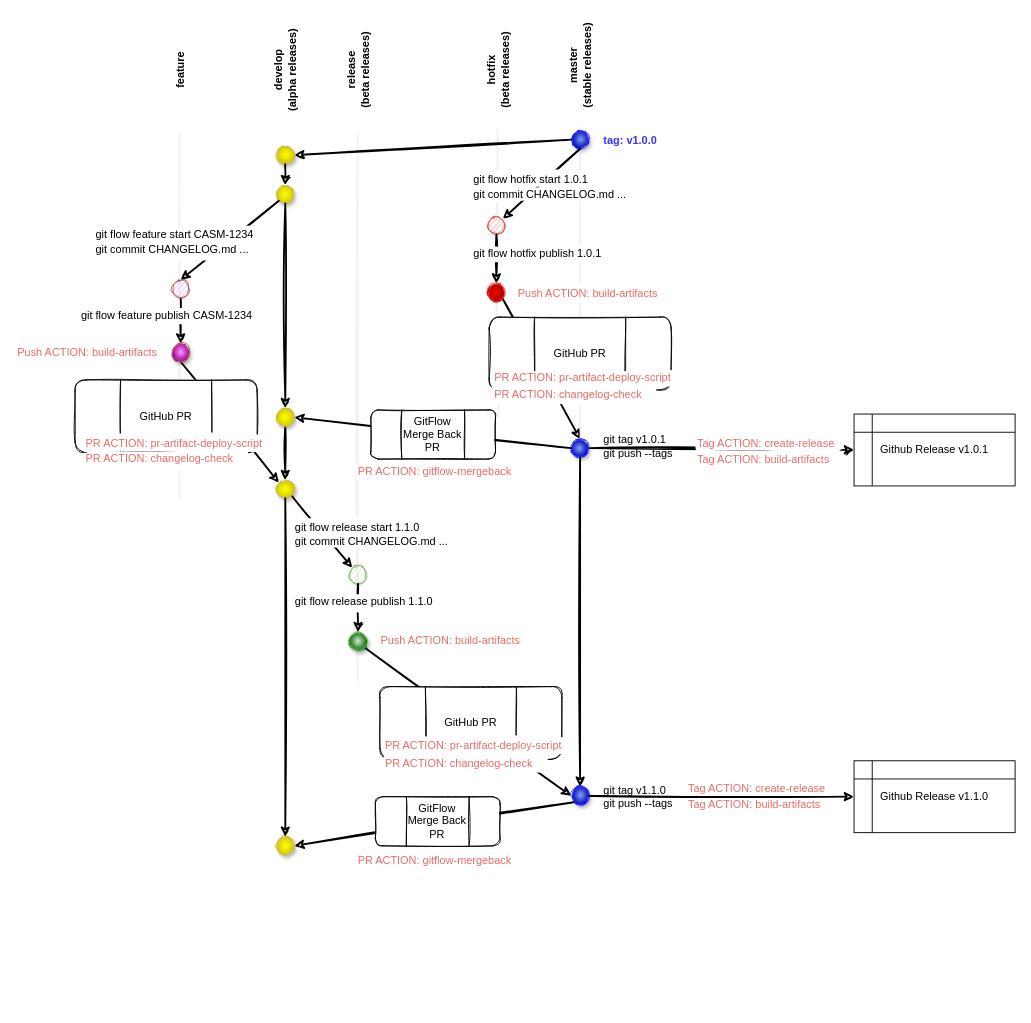
This is diagrams/CSM Gitflow.drawio from rkleinman-hpe/gitflow, a draw.io file, before an edit. Source tidied: cells renumbered, new cells numbered last; positions are measured from the earlier drawing's top-left corner, leaving out a move shared by most shapes. Both pictures are drawn from the tidied source at 91%, with x=0, y=0 at pixel (15, 52).
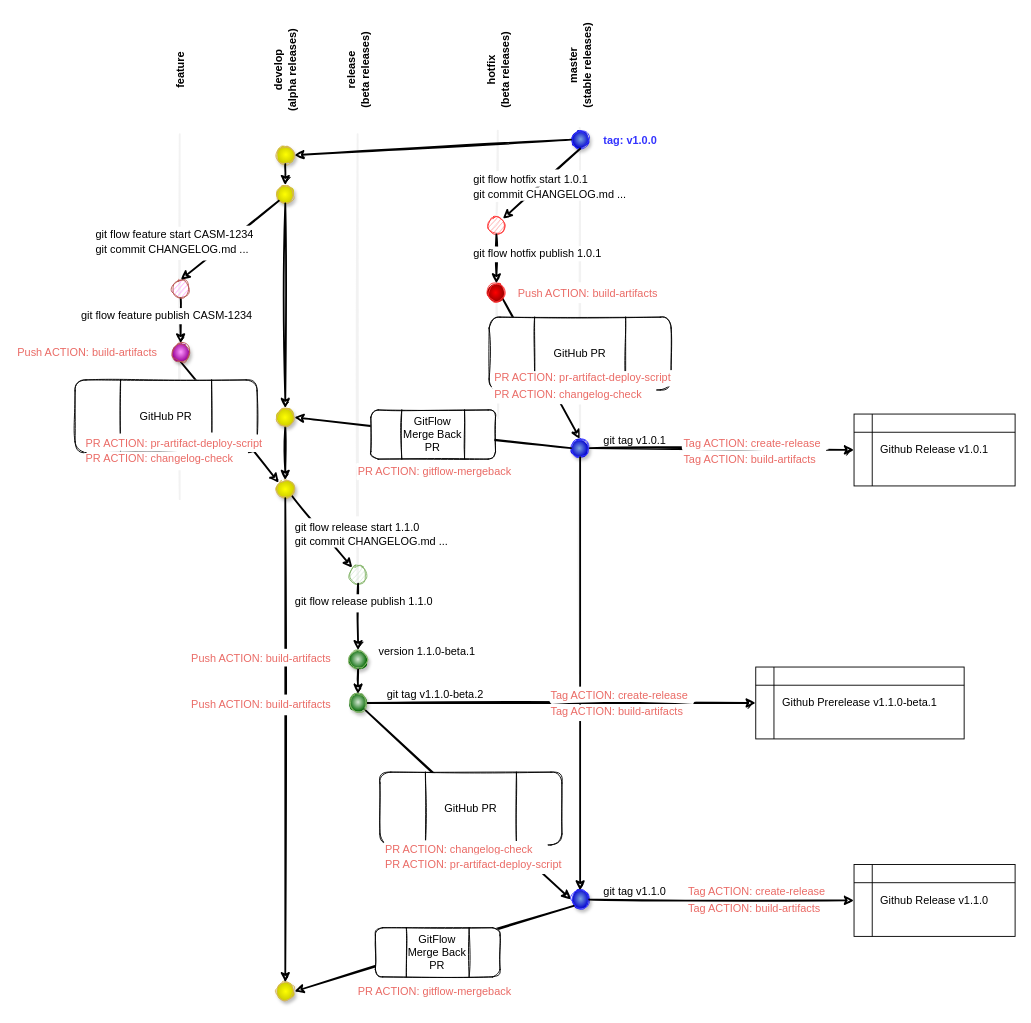
After the change.

What changed in the source:
```diff
@@
+    <mxCell id="82" style="rounded=1;jettySize=auto;html=1;exitX=1;exitY=0.5;exitDx=0;exitDy=0;entryX=0;entryY=0.5;entryDx=0;entryDy=0;endArrow=classic;endFill=1;startArrow=none;startFill=0;strokeWidth=2;sketch=1;" parent="1" edge="1" source="84" target="88">
+      <mxGeometry relative="1" as="geometry" />
+    </mxCell>
@@
-    <mxCell id="9" style="endArrow=none;html=1;fontColor=#EA6B66;strokeWidth=2;fillColor=#eeeeee;strokeColor=#E6E6E6;shadow=0;opacity=50;sketch=1;rounded=1;" parent="1" edge="1">
+    <mxCell id="9" style="endArrow=none;html=1;fontColor=#EA6B66;strokeWidth=2;fillColor=#eeeeee;strokeColor=#E6E6E6;shadow=0;opacity=50;sketch=1;rounded=1;startArrow=none;" parent="1" edge="1" source="34">
       <mxGeometry relative="1" as="geometry">
-        <mxPoint x="375.5" y="690" as="sourcePoint" />
         <mxPoint x="375.5" y="90" as="targetPoint" />
       </mxGeometry>
     </mxCell>
@@
-    <mxCell id="33" style="edgeStyle=none;jettySize=auto;html=1;exitX=1;exitY=1;exitDx=0;exitDy=0;entryX=0;entryY=0.5;entryDx=0;entryDy=0;fontColor=#EA6B66;startArrow=none;startFill=0;endArrow=classic;endFill=1;strokeWidth=2;sketch=1;rounded=1;" parent="1" edge="1" source="34" target="41">
+    <mxCell id="33" style="edgeStyle=none;jettySize=auto;html=1;exitX=1;exitY=1;exitDx=0;exitDy=0;entryX=0;entryY=0.5;entryDx=0;entryDy=0;fontColor=#EA6B66;startArrow=none;startFill=0;endArrow=classic;endFill=1;strokeWidth=2;sketch=1;rounded=1;" parent="1" edge="1" source="84" target="41">
       <mxGeometry relative="1" as="geometry" />
     </mxCell>
-    <mxCell id="34" style="ellipse;whiteSpace=wrap;html=1;fillColor=#d5e8d4;strokeColor=#82b366;rounded=1;gradientColor=#006600;gradientDirection=radial;shadow=1;sketch=1;" parent="1" vertex="1">
-      <mxGeometry x="366" y="637" width="20" height="20" as="geometry" />
-    </mxCell>
@@
     <mxCell id="40" value="GitHub PR" style="shape=process;whiteSpace=wrap;html=1;backgroundOutline=1;glass=0;fillColor=default;gradientColor=#ffffff;size=0.25;sketch=1;rounded=1;" parent="1" vertex="1">
-      <mxGeometry x="400" y="697" width="200" height="80" as="geometry" />
+      <mxGeometry x="400" y="791" width="200" height="80" as="geometry" />
     </mxCell>
     <mxCell id="41" style="ellipse;whiteSpace=wrap;html=1;fillColor=#7EA6E0;strokeColor=#3333FF;rounded=1;gradientColor=#0000CC;gradientDirection=radial;shadow=1;sketch=1;" parent="1" vertex="1">
-      <mxGeometry x="610" y="807" width="20" height="20" as="geometry" />
+      <mxGeometry x="610" y="921" width="20" height="20" as="geometry" />
     </mxCell>
@@
     <mxCell id="55" value="&lt;font color=&quot;#ea6b66&quot;&gt;PR ACTION: changelog-check&lt;/font&gt;" style="text;html=1;align=left;verticalAlign=middle;fillColor=default;strokeColor=none;rounded=1;glass=0;gradientColor=#ffffff;sketch=1;" parent="1" vertex="1">
-      <mxGeometry x="404" y="772" width="180" height="20" as="geometry" />
+      <mxGeometry x="404" y="866" width="180" height="20" as="geometry" />
     </mxCell>
     <mxCell id="56" value="&lt;font color=&quot;#ea6b66&quot;&gt;PR ACTION: pr-artifact-deploy-script&lt;/font&gt;" style="text;html=1;align=left;verticalAlign=middle;fillColor=default;strokeColor=none;rounded=1;glass=0;gradientColor=#ffffff;sketch=1;" parent="1" vertex="1">
-      <mxGeometry x="404" y="753" width="204" height="18" as="geometry" />
+      <mxGeometry x="404" y="884" width="204" height="18" as="geometry" />
     </mxCell>
@@
-    <mxCell id="64" value="&lt;font color=&quot;#000000&quot;&gt;git tag v1.1.0&lt;br&gt;git push --tags&lt;/font&gt;" style="text;html=1;align=left;verticalAlign=middle;fillColor=none;strokeColor=none;rounded=1;shadow=0;glass=0;sketch=1;fontColor=#EA6B66;" parent="1" vertex="1">
-      <mxGeometry x="644" y="802" width="86" height="32" as="geometry" />
+    <mxCell id="64" value="&lt;font color=&quot;#000000&quot;&gt;git tag v1.1.0&lt;br&gt;&lt;/font&gt;" style="text;html=1;align=left;verticalAlign=middle;fillColor=none;strokeColor=none;rounded=1;shadow=0;glass=0;sketch=1;fontColor=#EA6B66;" parent="1" vertex="1">
+      <mxGeometry x="644" y="913" width="79" height="18" as="geometry" />
     </mxCell>
     <mxCell id="65" value="&lt;font color=&quot;#ea6b66&quot;&gt;Tag ACTION: create-release&lt;/font&gt;" style="text;html=1;align=left;verticalAlign=middle;fillColor=default;strokeColor=none;rounded=1;glass=0;gradientColor=#ffffff;sketch=1;" parent="1" vertex="1">
-      <mxGeometry x="737" y="800" width="161" height="18" as="geometry" />
+      <mxGeometry x="737" y="914" width="161" height="18" as="geometry" />
     </mxCell>
     <mxCell id="66" style="ellipse;whiteSpace=wrap;html=1;fillColor=#FFFF00;strokeColor=#d6b656;rounded=1;gradientColor=#CCCC00;gradientDirection=radial;shadow=1;sketch=1;" parent="1" vertex="1">
-      <mxGeometry x="286" y="862" width="20" height="20" as="geometry" />
+      <mxGeometry x="286" y="1022" width="20" height="20" as="geometry" />
     </mxCell>
@@
-    <mxCell id="69" value="&lt;font color=&quot;#ea6b66&quot;&gt;Push ACTION: build-artifacts&lt;/font&gt;" style="text;html=1;align=left;verticalAlign=middle;fillColor=default;strokeColor=none;rounded=1;glass=0;gradientColor=#ffffff;sketch=1;" parent="1" vertex="1">
-      <mxGeometry x="399" y="637" width="170" height="20" as="geometry" />
-    </mxCell>
-    <mxCell id="70" style="rounded=1;jettySize=auto;html=1;exitX=0;exitY=1;exitDx=0;exitDy=0;entryX=0.5;entryY=0;entryDx=0;entryDy=0;endArrow=classic;endFill=1;startArrow=none;startFill=0;strokeWidth=2;sketch=1;" parent="1" edge="1" source="41">
-      <mxGeometry relative="1" as="geometry">
-        <mxPoint x="306" y="872" as="targetPoint" />
-      </mxGeometry>
+    <mxCell id="70" style="rounded=1;jettySize=auto;html=1;exitX=0;exitY=1;exitDx=0;exitDy=0;entryX=1;entryY=0.5;entryDx=0;entryDy=0;endArrow=classic;endFill=1;startArrow=none;startFill=0;strokeWidth=2;sketch=1;" parent="1" edge="1" source="41" target="66">
+      <mxGeometry relative="1" as="geometry" />
     </mxCell>
     <mxCell id="71" value="&lt;font color=&quot;#ea6b66&quot;&gt;Tag ACTION: build-artifacts&lt;/font&gt;" style="text;html=1;align=left;verticalAlign=middle;fillColor=default;strokeColor=none;rounded=1;glass=0;gradientColor=#ffffff;sketch=1;" parent="1" vertex="1">
-      <mxGeometry x="747" y="439" width="155" height="18" as="geometry" />
+      <mxGeometry x="732" y="439" width="155" height="18" as="geometry" />
     </mxCell>
     <mxCell id="72" value="&lt;font color=&quot;#ea6b66&quot;&gt;Tag ACTION: build-artifacts&lt;/font&gt;" style="text;html=1;align=left;verticalAlign=middle;fillColor=default;strokeColor=none;rounded=1;glass=0;gradientColor=#ffffff;sketch=1;" parent="1" vertex="1">
-      <mxGeometry x="737" y="818" width="155" height="18" as="geometry" />
+      <mxGeometry x="737" y="932" width="155" height="18" as="geometry" />
     </mxCell>
     <mxCell id="73" value="Github Release v1.1.0" style="shape=internalStorage;whiteSpace=wrap;html=1;backgroundOutline=1;" parent="1" vertex="1">
-      <mxGeometry x="921" y="778.5" width="177" height="79" as="geometry" />
+      <mxGeometry x="921" y="892.5" width="177" height="79" as="geometry" />
     </mxCell>
@@
     <mxCell id="76" value="GitFlow Merge Back PR" style="shape=process;whiteSpace=wrap;html=1;backgroundOutline=1;glass=0;fillColor=default;gradientColor=#ffffff;size=0.25;sketch=1;rounded=1;" parent="1" vertex="1">
-      <mxGeometry x="395" y="818" width="137" height="54" as="geometry" />
+      <mxGeometry x="395" y="962" width="137" height="54" as="geometry" />
     </mxCell>
@@
     <mxCell id="78" value="&lt;font color=&quot;#ea6b66&quot;&gt;PR ACTION: gitflow-mergeback&lt;/font&gt;" style="text;html=1;align=left;verticalAlign=middle;fillColor=default;strokeColor=none;rounded=1;glass=0;gradientColor=#ffffff;sketch=1;" parent="1" vertex="1">
-      <mxGeometry x="374" y="879" width="179" height="18" as="geometry" />
+      <mxGeometry x="374" y="1023" width="179" height="18" as="geometry" />
     </mxCell>
     <mxCell id="79" value="&lt;font color=&quot;#ea6b66&quot;&gt;Tag ACTION: create-release&lt;/font&gt;" style="text;html=1;align=left;verticalAlign=middle;fillColor=default;strokeColor=none;rounded=1;glass=0;gradientColor=#ffffff;sketch=1;" parent="1" vertex="1">
-      <mxGeometry x="747" y="421" width="161" height="18" as="geometry" />
+      <mxGeometry x="732" y="421" width="161" height="18" as="geometry" />
     </mxCell>
-    <mxCell id="80" value="&lt;font color=&quot;#000000&quot;&gt;git tag v1.0.1&lt;br&gt;git push --tags&lt;/font&gt;" style="text;html=1;align=left;verticalAlign=middle;fillColor=default;strokeColor=none;rounded=1;shadow=0;glass=0;sketch=1;fontColor=#EA6B66;opacity=0;gradientColor=none;fillStyle=solid;" parent="1" vertex="1">
-      <mxGeometry x="644" y="417" width="86" height="32" as="geometry" />
+    <mxCell id="80" value="&lt;font color=&quot;#000000&quot;&gt;git tag v1.0.1&lt;br&gt;&lt;/font&gt;" style="text;html=1;align=left;verticalAlign=middle;fillColor=default;strokeColor=none;rounded=1;shadow=0;glass=0;sketch=1;fontColor=#EA6B66;opacity=0;gradientColor=none;fillStyle=solid;" parent="1" vertex="1">
+      <mxGeometry x="644" y="418" width="79" height="18" as="geometry" />
     </mxCell>
@@
+    <mxCell id="34" style="ellipse;whiteSpace=wrap;html=1;fillColor=#d5e8d4;strokeColor=#82b366;rounded=1;gradientColor=#006600;gradientDirection=radial;shadow=1;sketch=1;" parent="1" vertex="1">
+      <mxGeometry x="366" y="657" width="20" height="20" as="geometry" />
+    </mxCell>
+    <mxCell id="83" style="endArrow=none;html=1;fontColor=#EA6B66;strokeWidth=2;fillColor=#eeeeee;strokeColor=#E6E6E6;shadow=0;opacity=50;sketch=1;rounded=1;" parent="1" edge="1" target="34">
+      <mxGeometry relative="1" as="geometry">
+        <mxPoint x="375.5" y="690" as="sourcePoint" />
+      </mxGeometry>
+    </mxCell>
+    <mxCell id="84" style="ellipse;whiteSpace=wrap;html=1;fillColor=#d5e8d4;strokeColor=#82b366;rounded=1;gradientColor=#006600;gradientDirection=radial;shadow=1;sketch=1;" parent="1" vertex="1">
+      <mxGeometry x="366" y="705" width="20" height="20" as="geometry" />
+    </mxCell>
+    <mxCell id="85" style="edgeStyle=none;jettySize=auto;html=1;entryX=0.5;entryY=0;entryDx=0;entryDy=0;fontColor=#EA6B66;startArrow=none;startFill=0;endArrow=classic;endFill=1;strokeWidth=2;sketch=1;rounded=1;" parent="1" edge="1" target="84">
+      <mxGeometry relative="1" as="geometry">
+        <mxPoint x="376" y="678" as="sourcePoint" />
+      </mxGeometry>
+    </mxCell>
+    <mxCell id="86" value="&lt;font color=&quot;#000000&quot;&gt;version 1.1.0-beta.1&lt;br&gt;&lt;/font&gt;" style="text;html=1;align=left;verticalAlign=middle;fillColor=default;strokeColor=none;rounded=1;shadow=0;glass=0;sketch=1;fontColor=#EA6B66;opacity=0;gradientColor=none;fillStyle=solid;" parent="1" vertex="1">
+      <mxGeometry x="397" y="650" width="116" height="18" as="geometry" />
+    </mxCell>
+    <mxCell id="87" value="&lt;font color=&quot;#ea6b66&quot;&gt;Tag ACTION: build-artifacts&lt;/font&gt;" style="text;html=1;align=left;verticalAlign=middle;fillColor=default;strokeColor=none;rounded=1;glass=0;gradientColor=#ffffff;sketch=1;" parent="1" vertex="1">
+      <mxGeometry x="586" y="716" width="155" height="18" as="geometry" />
+    </mxCell>
+    <mxCell id="88" value="Github Prerelease v1.1.0-beta.1" style="shape=internalStorage;whiteSpace=wrap;html=1;backgroundOutline=1;" parent="1" vertex="1">
+      <mxGeometry x="813" y="675.5" width="229" height="79" as="geometry" />
+    </mxCell>
+    <mxCell id="89" value="&lt;font color=&quot;#ea6b66&quot;&gt;Tag ACTION: create-release&lt;/font&gt;" style="text;html=1;align=left;verticalAlign=middle;fillColor=default;strokeColor=none;rounded=1;glass=0;gradientColor=#ffffff;sketch=1;" parent="1" vertex="1">
+      <mxGeometry x="586" y="698" width="161" height="18" as="geometry" />
+    </mxCell>
+    <mxCell id="90" value="&lt;font color=&quot;#ea6b66&quot;&gt;Push ACTION: build-artifacts&lt;/font&gt;" style="text;html=1;align=left;verticalAlign=middle;fillColor=default;strokeColor=none;rounded=1;glass=0;gradientColor=#ffffff;sketch=1;" parent="1" vertex="1">
+      <mxGeometry x="191" y="657" width="170" height="20" as="geometry" />
+    </mxCell>
+    <mxCell id="91" value="&lt;font color=&quot;#ea6b66&quot;&gt;Push ACTION: build-artifacts&lt;/font&gt;" style="text;html=1;align=left;verticalAlign=middle;fillColor=default;strokeColor=none;rounded=1;glass=0;gradientColor=#ffffff;sketch=1;" parent="1" vertex="1">
+      <mxGeometry x="191" y="706.5" width="170" height="20" as="geometry" />
+    </mxCell>
+    <mxCell id="92" value="&lt;font color=&quot;#000000&quot;&gt;git tag v1.1.0-beta.2&lt;br&gt;&lt;/font&gt;" style="text;html=1;align=left;verticalAlign=middle;fillColor=default;strokeColor=none;rounded=1;shadow=0;glass=0;sketch=1;fontColor=#EA6B66;opacity=0;gradientColor=none;fillStyle=solid;" parent="1" vertex="1">
+      <mxGeometry x="405.5" y="696.5" width="116" height="18" as="geometry" />
+    </mxCell>
```
